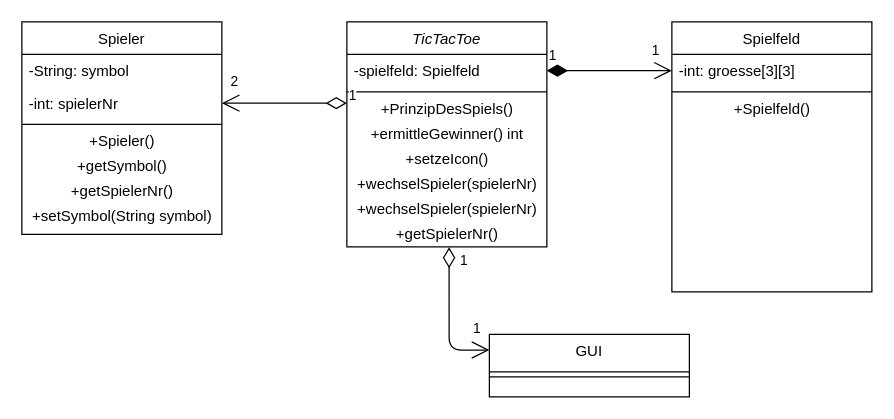
The draw.io diagram TicTacToe.drawio in Desdeney/tictactoe, before the edit. Source tidied: cells renumbered, new cells numbered last; positions are measured from the earlier drawing's top-left corner, leaving out a move shared by most shapes. Both pictures are drawn from the tidied source at 125%, with x=0, y=0 at pixel (21, 21).
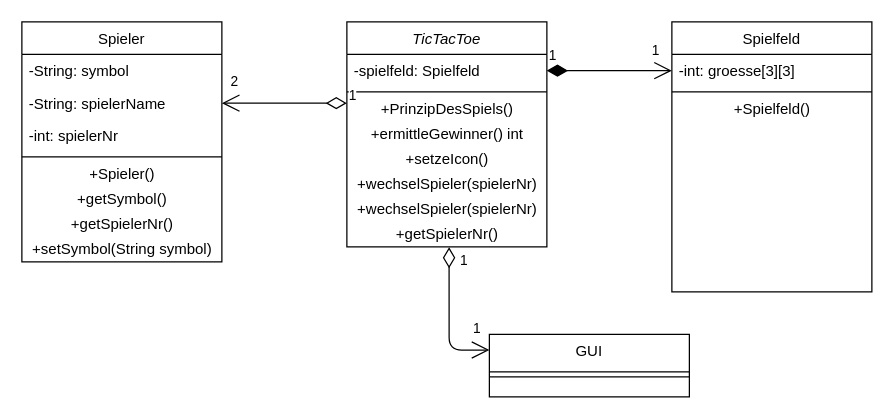
Above is the later version.

Diff of the diagram source:
```diff
@@
     <mxCell id="15" value="Spieler" style="swimlane;fontStyle=0;align=center;verticalAlign=top;horizontal=1;startSize=26;rounded=0;shadow=0;strokeWidth=1;" parent="1" vertex="1">
-      <mxGeometry width="160" height="170" as="geometry" />
+      <mxGeometry width="160" height="192" as="geometry" />
     </mxCell>
@@
-    <mxCell id="17" value="-int: spielerNr" style="text;align=left;verticalAlign=top;spacingLeft=4;spacingRight=4;overflow=hidden;" parent="15" vertex="1">
+    <mxCell id="17" value="-String: spielerName" style="text;align=left;verticalAlign=top;spacingLeft=4;spacingRight=4;overflow=hidden;" parent="15" vertex="1">
       <mxGeometry y="52" width="160" height="26" as="geometry" />
     </mxCell>
+    <mxCell id="31" value="-int: spielerNr" style="text;align=left;verticalAlign=top;spacingLeft=4;spacingRight=4;overflow=hidden;" parent="15" vertex="1">
+      <mxGeometry y="78" width="160" height="26" as="geometry" />
+    </mxCell>
     <mxCell id="18" style="line;html=1;strokeWidth=1;align=left;verticalAlign=middle;spacingTop=-1;spacingLeft=3;spacingRight=3;labelPosition=right;" parent="15" vertex="1">
-      <mxGeometry y="78" width="160" height="8" as="geometry" />
+      <mxGeometry y="104" width="160" height="8" as="geometry" />
     </mxCell>
     <mxCell id="19" value="+Spieler()" style="text;html=1;align=center;verticalAlign=middle;" parent="15" vertex="1">
-      <mxGeometry y="86" width="160" height="20" as="geometry" />
+      <mxGeometry y="112" width="160" height="20" as="geometry" />
     </mxCell>
     <mxCell id="20" value="+getSymbol()" style="text;html=1;align=center;verticalAlign=middle;" parent="15" vertex="1">
-      <mxGeometry y="106" width="160" height="20" as="geometry" />
+      <mxGeometry y="132" width="160" height="20" as="geometry" />
     </mxCell>
     <mxCell id="21" value="+getSpielerNr()" style="text;html=1;align=center;verticalAlign=middle;" parent="15" vertex="1">
-      <mxGeometry y="126" width="160" height="20" as="geometry" />
+      <mxGeometry y="152" width="160" height="20" as="geometry" />
     </mxCell>
     <mxCell id="22" value="+setSymbol(String symbol)" style="text;html=1;align=center;verticalAlign=middle;" parent="15" vertex="1">
-      <mxGeometry y="146" width="160" height="20" as="geometry" />
+      <mxGeometry y="172" width="160" height="20" as="geometry" />
     </mxCell>
```
